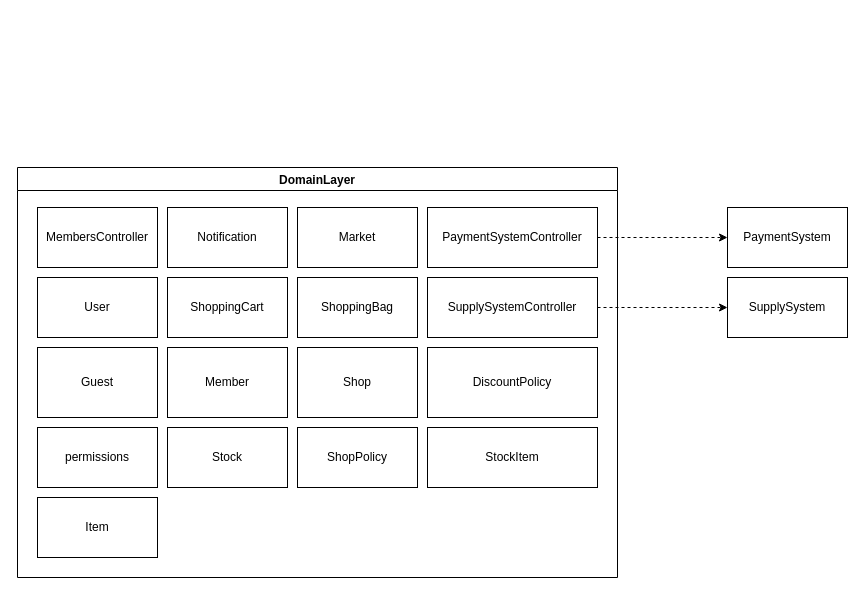
This is Docs/V0_Architecture.drawio from mikecprogram/workshop-special-potato-shuk, a draw.io file, before an edit. Source tidied: cells renumbered, new cells numbered last; positions are measured from the earlier drawing's top-left corner, leaving out a move shared by most shapes. Both pictures are drawn from the tidied source at 100%, with x=0, y=0 at pixel (17, 167).
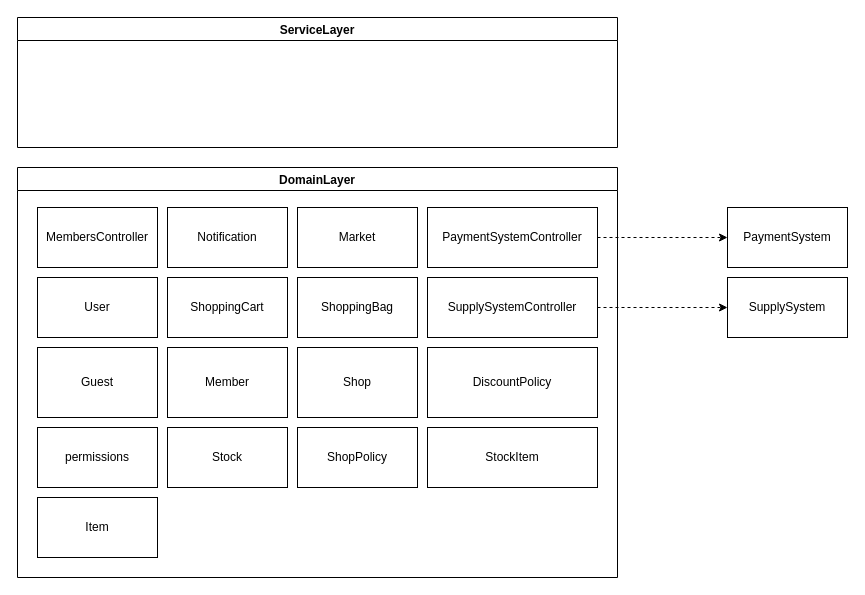
The same page after the edit.

Commit message:
Added ServiceLayer to Architecture

Change to the diagram source:
```diff
@@
+    <mxCell id="24" value="ServiceLayer" style="swimlane;" parent="1" vertex="1">
+      <mxGeometry y="-150" width="600" height="130" as="geometry" />
+    </mxCell>
```
